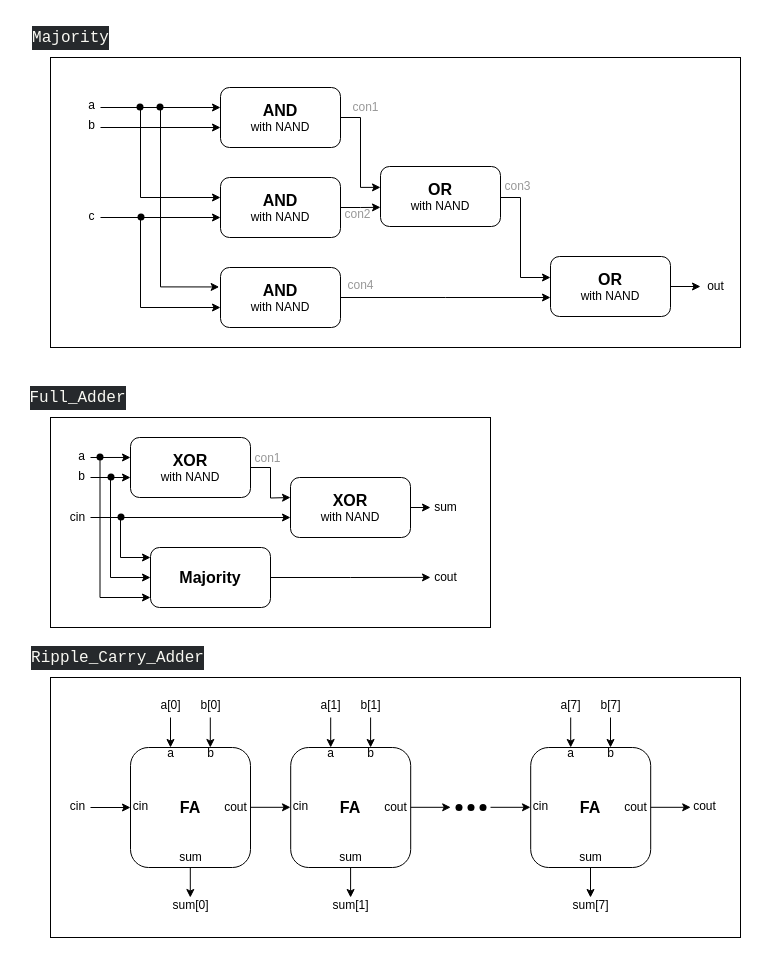
rogerfan48/Course-Soph1-HDL keeps this draw.io diagram as roger/Lab2/Circuit Diagram/a1.drawio. Above is the earlier version. Source tidied: cells renumbered, new cells numbered last; positions are measured from the earlier drawing's top-left corner, leaving out a move shared by most shapes. Both pictures are drawn from the tidied source at 100%, with x=0, y=0 at pixel (17, 17).
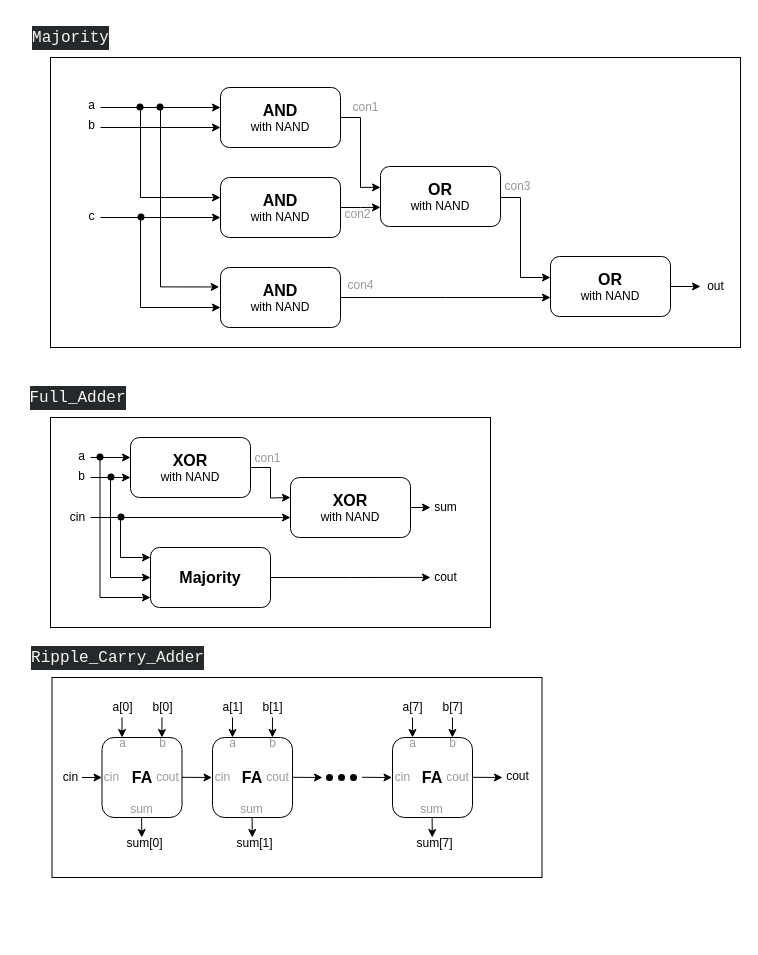
After the change.

The edit, as a diff of the source:
```diff
@@
     <mxCell id="54" value="&lt;span style=&quot;font-size: 16px;&quot;&gt;&lt;b&gt;FA&lt;/b&gt;&lt;/span&gt;" style="rounded=1;whiteSpace=wrap;html=1;" parent="1" vertex="1">
-      <mxGeometry x="113" y="730" width="120" height="120" as="geometry" />
+      <mxGeometry x="84.5" y="720" width="80" height="80" as="geometry" />
     </mxCell>
     <mxCell id="55" style="endArrow=classic;html=1;rounded=0;entryX=0;entryY=0.5;entryDx=0;entryDy=0;" parent="1" edge="1" target="54">
       <mxGeometry relative="1" as="geometry">
-        <mxPoint x="73" y="790" as="sourcePoint" />
+        <mxPoint x="64.5" y="760" as="sourcePoint" />
       </mxGeometry>
     </mxCell>
-    <mxCell id="56" style="endArrow=classic;html=1;rounded=0;entryX=0;entryY=0.5;entryDx=0;entryDy=0;" parent="1" edge="1">
+    <mxCell id="56" style="endArrow=classic;html=1;rounded=0;" parent="1" edge="1">
       <mxGeometry relative="1" as="geometry">
-        <mxPoint x="233" y="789.8" as="sourcePoint" />
-        <mxPoint x="273" y="789.8" as="targetPoint" />
+        <mxPoint x="164.5" y="759.8" as="sourcePoint" />
+        <mxPoint x="194.5" y="760" as="targetPoint" />
       </mxGeometry>
     </mxCell>
     <mxCell id="57" style="endArrow=classic;html=1;rounded=0;" parent="1" edge="1">
       <mxGeometry relative="1" as="geometry">
-        <mxPoint x="153" y="700" as="sourcePoint" />
-        <mxPoint x="153" y="730" as="targetPoint" />
+        <mxPoint x="104.5" y="700" as="sourcePoint" />
+        <mxPoint x="104.5" y="720" as="targetPoint" />
       </mxGeometry>
     </mxCell>
     <mxCell id="58" style="endArrow=classic;html=1;rounded=0;" parent="1" edge="1">
       <mxGeometry relative="1" as="geometry">
-        <mxPoint x="192.8" y="700" as="sourcePoint" />
-        <mxPoint x="192.8" y="730" as="targetPoint" />
+        <mxPoint x="144.5" y="700" as="sourcePoint" />
+        <mxPoint x="144.4" y="720" as="targetPoint" />
       </mxGeometry>
     </mxCell>
     <mxCell id="59" style="endArrow=classic;html=1;rounded=0;" parent="1" edge="1">
       <mxGeometry relative="1" as="geometry">
-        <mxPoint x="172.8" y="850" as="sourcePoint" />
-        <mxPoint x="172.8" y="880" as="targetPoint" />
+        <mxPoint x="124.1" y="800" as="sourcePoint" />
+        <mxPoint x="124.3" y="820" as="targetPoint" />
       </mxGeometry>
     </mxCell>
-    <mxCell id="60" value="sum" style="text;html=1;align=center;verticalAlign=middle;strokeColor=none;fillColor=none;" parent="1" vertex="1">
-      <mxGeometry x="148" y="825" width="50" height="30" as="geometry" />
+    <mxCell id="60" value="sum" style="text;html=1;align=center;verticalAlign=middle;strokeColor=none;fillColor=none;fontColor=#999999;" parent="1" vertex="1">
+      <mxGeometry x="98.5" y="776.5" width="50" height="30" as="geometry" />
     </mxCell>
-    <mxCell id="61" value="cin" style="text;html=1;align=center;verticalAlign=middle;strokeColor=none;fillColor=none;" parent="1" vertex="1">
-      <mxGeometry x="102.5" y="774" width="40" height="30" as="geometry" />
+    <mxCell id="61" value="cin" style="text;html=1;align=center;verticalAlign=middle;strokeColor=none;fillColor=none;fontColor=#999999;" parent="1" vertex="1">
+      <mxGeometry x="74" y="744.5" width="40" height="30" as="geometry" />
     </mxCell>
-    <mxCell id="62" value="cout" style="text;html=1;align=center;verticalAlign=middle;strokeColor=none;fillColor=none;" parent="1" vertex="1">
-      <mxGeometry x="193" y="775" width="50" height="30" as="geometry" />
+    <mxCell id="62" value="cout" style="text;html=1;align=center;verticalAlign=middle;strokeColor=none;fillColor=none;fontColor=#999999;" parent="1" vertex="1">
+      <mxGeometry x="124.5" y="745" width="50" height="30" as="geometry" />
     </mxCell>
-    <mxCell id="63" value="a" style="text;html=1;align=center;verticalAlign=middle;strokeColor=none;fillColor=none;" parent="1" vertex="1">
-      <mxGeometry x="138" y="721" width="30" height="30" as="geometry" />
+    <mxCell id="63" value="a" style="text;html=1;align=center;verticalAlign=middle;strokeColor=none;fillColor=none;fontColor=#999999;" parent="1" vertex="1">
+      <mxGeometry x="89.5" y="711" width="30" height="30" as="geometry" />
     </mxCell>
-    <mxCell id="64" value="b" style="text;html=1;align=center;verticalAlign=middle;strokeColor=none;fillColor=none;" parent="1" vertex="1">
-      <mxGeometry x="178" y="721" width="30" height="30" as="geometry" />
+    <mxCell id="64" value="b" style="text;html=1;align=center;verticalAlign=middle;strokeColor=none;fillColor=none;fontColor=#999999;" parent="1" vertex="1">
+      <mxGeometry x="129.5" y="711" width="30" height="30" as="geometry" />
     </mxCell>
     <mxCell id="65" value="a[0]" style="text;html=1;align=center;verticalAlign=middle;strokeColor=none;fillColor=none;" parent="1" vertex="1">
-      <mxGeometry x="133" y="673" width="40" height="30" as="geometry" />
+      <mxGeometry x="84.5" y="675" width="40" height="30" as="geometry" />
     </mxCell>
     <mxCell id="66" value="b[0]" style="text;html=1;align=center;verticalAlign=middle;strokeColor=none;fillColor=none;" parent="1" vertex="1">
-      <mxGeometry x="173" y="673" width="40" height="30" as="geometry" />
+      <mxGeometry x="124.5" y="675" width="40" height="30" as="geometry" />
     </mxCell>
     <mxCell id="67" value="cin" style="text;html=1;align=center;verticalAlign=middle;strokeColor=none;fillColor=none;" parent="1" vertex="1">
-      <mxGeometry x="40" y="774" width="40" height="30" as="geometry" />
+      <mxGeometry x="33" y="745" width="40" height="30" as="geometry" />
     </mxCell>
     <mxCell id="68" value="sum[0]" style="text;html=1;align=center;verticalAlign=middle;strokeColor=none;fillColor=none;" parent="1" vertex="1">
-      <mxGeometry x="143" y="873" width="60" height="30" as="geometry" />
+      <mxGeometry x="96.5" y="811" width="60" height="30" as="geometry" />
     </mxCell>
-    <mxCell id="69" value="&lt;span style=&quot;font-size: 16px;&quot;&gt;&lt;b&gt;FA&lt;/b&gt;&lt;/span&gt;" style="rounded=1;whiteSpace=wrap;html=1;" parent="1" vertex="1">
-      <mxGeometry x="273.2" y="730" width="120" height="120" as="geometry" />
-    </mxCell>
-    <mxCell id="70" style="endArrow=classic;html=1;rounded=0;entryX=0;entryY=0.5;entryDx=0;entryDy=0;" parent="1" edge="1">
-      <mxGeometry relative="1" as="geometry">
-        <mxPoint x="393.2" y="789.8" as="sourcePoint" />
-        <mxPoint x="433.2" y="789.8" as="targetPoint" />
-      </mxGeometry>
-    </mxCell>
-    <mxCell id="71" style="endArrow=classic;html=1;rounded=0;" parent="1" edge="1">
-      <mxGeometry relative="1" as="geometry">
-        <mxPoint x="313.2" y="700" as="sourcePoint" />
-        <mxPoint x="313.2" y="730" as="targetPoint" />
-      </mxGeometry>
-    </mxCell>
-    <mxCell id="72" style="endArrow=classic;html=1;rounded=0;" parent="1" edge="1">
-      <mxGeometry relative="1" as="geometry">
-        <mxPoint x="353.1" y="700" as="sourcePoint" />
-        <mxPoint x="353.1" y="730" as="targetPoint" />
-      </mxGeometry>
-    </mxCell>
-    <mxCell id="73" style="endArrow=classic;html=1;rounded=0;" parent="1" edge="1">
-      <mxGeometry relative="1" as="geometry">
-        <mxPoint x="333.1" y="850" as="sourcePoint" />
-        <mxPoint x="333.1" y="880" as="targetPoint" />
-      </mxGeometry>
-    </mxCell>
-    <mxCell id="74" value="sum" style="text;html=1;align=center;verticalAlign=middle;strokeColor=none;fillColor=none;" parent="1" vertex="1">
-      <mxGeometry x="308.2" y="825" width="50" height="30" as="geometry" />
-    </mxCell>
-    <mxCell id="75" value="cin" style="text;html=1;align=center;verticalAlign=middle;strokeColor=none;fillColor=none;" parent="1" vertex="1">
-      <mxGeometry x="262.8" y="774" width="40" height="30" as="geometry" />
-    </mxCell>
-    <mxCell id="76" value="cout" style="text;html=1;align=center;verticalAlign=middle;strokeColor=none;fillColor=none;" parent="1" vertex="1">
-      <mxGeometry x="353.2" y="775" width="50" height="30" as="geometry" />
-    </mxCell>
-    <mxCell id="77" value="a" style="text;html=1;align=center;verticalAlign=middle;strokeColor=none;fillColor=none;" parent="1" vertex="1">
-      <mxGeometry x="298.2" y="721" width="30" height="30" as="geometry" />
-    </mxCell>
-    <mxCell id="78" value="b" style="text;html=1;align=center;verticalAlign=middle;strokeColor=none;fillColor=none;" parent="1" vertex="1">
-      <mxGeometry x="338.2" y="721" width="30" height="30" as="geometry" />
-    </mxCell>
+    <mxCell id="82" style="shape=ellipse;fillColor=#000000;strokeColor=none;html=1;sketch=0;fontFamily=Helvetica;fontSize=11;fontColor=default;labelBackgroundColor=default;" parent="1" vertex="1">
+      <mxGeometry x="308.5" y="756.5" width="7" height="7" as="geometry" />
+    </mxCell>
+    <mxCell id="83" style="shape=ellipse;fillColor=#000000;strokeColor=none;html=1;sketch=0;fontFamily=Helvetica;fontSize=11;fontColor=default;labelBackgroundColor=default;" parent="1" vertex="1">
+      <mxGeometry x="320.5" y="756.5" width="7" height="7" as="geometry" />
+    </mxCell>
+    <mxCell id="84" style="shape=ellipse;fillColor=#000000;strokeColor=none;html=1;sketch=0;fontFamily=Helvetica;fontSize=11;fontColor=default;labelBackgroundColor=default;" parent="1" vertex="1">
+      <mxGeometry x="332.5" y="756.5" width="7" height="7" as="geometry" />
+    </mxCell>
+    <mxCell id="101" value="&lt;div style=&quot;color: rgb(248, 248, 242); background-color: rgb(38, 41, 44); font-family: &amp;quot;Fira Code&amp;quot;, Consolas, &amp;quot;Courier New&amp;quot;, monospace, Menlo, Monaco, &amp;quot;Courier New&amp;quot;, monospace; font-size: 16px; line-height: 24px; white-space-collapse: preserve;&quot;&gt;Ripple_Carry_Adder&lt;/div&gt;" style="text;html=1;align=center;verticalAlign=middle;strokeColor=none;fillColor=none;" parent="1" vertex="1">
+      <mxGeometry y="620" width="200" height="40" as="geometry" />
+    </mxCell>
+    <mxCell id="102" value="&lt;span style=&quot;font-size: 16px;&quot;&gt;&lt;b&gt;FA&lt;/b&gt;&lt;/span&gt;" style="rounded=1;whiteSpace=wrap;html=1;" parent="1" vertex="1">
+      <mxGeometry x="195" y="720" width="80" height="80" as="geometry" />
+    </mxCell>
+    <mxCell id="103" style="endArrow=classic;html=1;rounded=0;" parent="1" edge="1">
+      <mxGeometry relative="1" as="geometry">
+        <mxPoint x="275" y="759.8" as="sourcePoint" />
+        <mxPoint x="305" y="760" as="targetPoint" />
+      </mxGeometry>
+    </mxCell>
+    <mxCell id="104" style="endArrow=classic;html=1;rounded=0;" parent="1" edge="1">
+      <mxGeometry relative="1" as="geometry">
+        <mxPoint x="215" y="700" as="sourcePoint" />
+        <mxPoint x="215" y="720" as="targetPoint" />
+      </mxGeometry>
+    </mxCell>
+    <mxCell id="105" style="endArrow=classic;html=1;rounded=0;" parent="1" edge="1">
+      <mxGeometry relative="1" as="geometry">
+        <mxPoint x="255" y="700" as="sourcePoint" />
+        <mxPoint x="254.9" y="720" as="targetPoint" />
+      </mxGeometry>
+    </mxCell>
+    <mxCell id="106" style="endArrow=classic;html=1;rounded=0;" parent="1" edge="1">
+      <mxGeometry relative="1" as="geometry">
+        <mxPoint x="234.6" y="800" as="sourcePoint" />
+        <mxPoint x="234.8" y="820" as="targetPoint" />
+      </mxGeometry>
+    </mxCell>
+    <mxCell id="107" value="sum" style="text;html=1;align=center;verticalAlign=middle;strokeColor=none;fillColor=none;fontColor=#999999;" parent="1" vertex="1">
+      <mxGeometry x="209" y="776.5" width="50" height="30" as="geometry" />
+    </mxCell>
+    <mxCell id="108" value="cin" style="text;html=1;align=center;verticalAlign=middle;strokeColor=none;fillColor=none;fontColor=#999999;" parent="1" vertex="1">
+      <mxGeometry x="184.5" y="744.5" width="40" height="30" as="geometry" />
+    </mxCell>
+    <mxCell id="109" value="cout" style="text;html=1;align=center;verticalAlign=middle;strokeColor=none;fillColor=none;fontColor=#999999;" parent="1" vertex="1">
+      <mxGeometry x="235" y="745" width="50" height="30" as="geometry" />
+    </mxCell>
+    <mxCell id="110" value="a" style="text;html=1;align=center;verticalAlign=middle;strokeColor=none;fillColor=none;fontColor=#999999;" parent="1" vertex="1">
+      <mxGeometry x="200" y="711" width="30" height="30" as="geometry" />
+    </mxCell>
+    <mxCell id="111" value="b" style="text;html=1;align=center;verticalAlign=middle;strokeColor=none;fillColor=none;fontColor=#999999;" parent="1" vertex="1">
+      <mxGeometry x="240" y="711" width="30" height="30" as="geometry" />
+    </mxCell>
     <mxCell id="79" value="a[1]" style="text;html=1;align=center;verticalAlign=middle;strokeColor=none;fillColor=none;" parent="1" vertex="1">
-      <mxGeometry x="293.2" y="673" width="40" height="30" as="geometry" />
+      <mxGeometry x="195" y="675" width="40" height="30" as="geometry" />
     </mxCell>
     <mxCell id="80" value="b[1]" style="text;html=1;align=center;verticalAlign=middle;strokeColor=none;fillColor=none;" parent="1" vertex="1">
-      <mxGeometry x="333.2" y="673" width="40" height="30" as="geometry" />
+      <mxGeometry x="235" y="675" width="40" height="30" as="geometry" />
     </mxCell>
     <mxCell id="81" value="sum[1]" style="text;html=1;align=center;verticalAlign=middle;strokeColor=none;fillColor=none;" parent="1" vertex="1">
-      <mxGeometry x="303.2" y="873" width="60" height="30" as="geometry" />
+      <mxGeometry x="207" y="811" width="60" height="30" as="geometry" />
     </mxCell>
-    <mxCell id="82" style="shape=ellipse;fillColor=#000000;strokeColor=none;html=1;sketch=0;fontFamily=Helvetica;fontSize=11;fontColor=default;labelBackgroundColor=default;" parent="1" vertex="1">
-      <mxGeometry x="438" y="786.5" width="7" height="7" as="geometry" />
-    </mxCell>
-    <mxCell id="83" style="shape=ellipse;fillColor=#000000;strokeColor=none;html=1;sketch=0;fontFamily=Helvetica;fontSize=11;fontColor=default;labelBackgroundColor=default;" parent="1" vertex="1">
-      <mxGeometry x="450" y="786.5" width="7" height="7" as="geometry" />
-    </mxCell>
-    <mxCell id="84" style="shape=ellipse;fillColor=#000000;strokeColor=none;html=1;sketch=0;fontFamily=Helvetica;fontSize=11;fontColor=default;labelBackgroundColor=default;" parent="1" vertex="1">
-      <mxGeometry x="462" y="786.5" width="7" height="7" as="geometry" />
-    </mxCell>
-    <mxCell id="85" style="endArrow=classic;html=1;rounded=0;entryX=0;entryY=0.5;entryDx=0;entryDy=0;" parent="1" edge="1">
-      <mxGeometry relative="1" as="geometry">
-        <mxPoint x="473" y="789.8" as="sourcePoint" />
-        <mxPoint x="513" y="789.8" as="targetPoint" />
-      </mxGeometry>
-    </mxCell>
-    <mxCell id="86" value="&lt;span style=&quot;font-size: 16px;&quot;&gt;&lt;b&gt;FA&lt;/b&gt;&lt;/span&gt;" style="rounded=1;whiteSpace=wrap;html=1;" parent="1" vertex="1">
-      <mxGeometry x="513.2" y="730" width="120" height="120" as="geometry" />
-    </mxCell>
-    <mxCell id="87" style="endArrow=classic;html=1;rounded=0;entryX=0;entryY=0.5;entryDx=0;entryDy=0;" parent="1" edge="1">
-      <mxGeometry relative="1" as="geometry">
-        <mxPoint x="633.2" y="789.8" as="sourcePoint" />
-        <mxPoint x="673.2" y="789.8" as="targetPoint" />
-      </mxGeometry>
-    </mxCell>
-    <mxCell id="88" style="endArrow=classic;html=1;rounded=0;" parent="1" edge="1">
-      <mxGeometry relative="1" as="geometry">
-        <mxPoint x="553.2" y="700" as="sourcePoint" />
-        <mxPoint x="553.2" y="730" as="targetPoint" />
-      </mxGeometry>
-    </mxCell>
-    <mxCell id="89" style="endArrow=classic;html=1;rounded=0;" parent="1" edge="1">
-      <mxGeometry relative="1" as="geometry">
-        <mxPoint x="593" y="700" as="sourcePoint" />
-        <mxPoint x="593" y="730" as="targetPoint" />
-      </mxGeometry>
-    </mxCell>
-    <mxCell id="90" style="endArrow=classic;html=1;rounded=0;" parent="1" edge="1">
-      <mxGeometry relative="1" as="geometry">
-        <mxPoint x="573" y="850" as="sourcePoint" />
-        <mxPoint x="573" y="880" as="targetPoint" />
-      </mxGeometry>
-    </mxCell>
-    <mxCell id="91" value="sum" style="text;html=1;align=center;verticalAlign=middle;strokeColor=none;fillColor=none;" parent="1" vertex="1">
-      <mxGeometry x="548.2" y="825" width="50" height="30" as="geometry" />
-    </mxCell>
-    <mxCell id="92" value="cin" style="text;html=1;align=center;verticalAlign=middle;strokeColor=none;fillColor=none;" parent="1" vertex="1">
-      <mxGeometry x="502.8" y="774" width="40" height="30" as="geometry" />
-    </mxCell>
-    <mxCell id="93" value="cout" style="text;html=1;align=center;verticalAlign=middle;strokeColor=none;fillColor=none;" parent="1" vertex="1">
-      <mxGeometry x="593.2" y="775" width="50" height="30" as="geometry" />
-    </mxCell>
-    <mxCell id="94" value="a" style="text;html=1;align=center;verticalAlign=middle;strokeColor=none;fillColor=none;" parent="1" vertex="1">
-      <mxGeometry x="538.2" y="721" width="30" height="30" as="geometry" />
-    </mxCell>
-    <mxCell id="95" value="b" style="text;html=1;align=center;verticalAlign=middle;strokeColor=none;fillColor=none;" parent="1" vertex="1">
-      <mxGeometry x="578.2" y="721" width="30" height="30" as="geometry" />
-    </mxCell>
+    <mxCell id="112" style="endArrow=classic;html=1;rounded=0;" parent="1" edge="1">
+      <mxGeometry relative="1" as="geometry">
+        <mxPoint x="344.5" y="759.8" as="sourcePoint" />
+        <mxPoint x="374.5" y="760" as="targetPoint" />
+      </mxGeometry>
+    </mxCell>
+    <mxCell id="113" value="&lt;span style=&quot;font-size: 16px;&quot;&gt;&lt;b&gt;FA&lt;/b&gt;&lt;/span&gt;" style="rounded=1;whiteSpace=wrap;html=1;" parent="1" vertex="1">
+      <mxGeometry x="375" y="720" width="80" height="80" as="geometry" />
+    </mxCell>
+    <mxCell id="114" style="endArrow=classic;html=1;rounded=0;" parent="1" edge="1">
+      <mxGeometry relative="1" as="geometry">
+        <mxPoint x="455" y="759.8" as="sourcePoint" />
+        <mxPoint x="485" y="760" as="targetPoint" />
+      </mxGeometry>
+    </mxCell>
+    <mxCell id="115" style="endArrow=classic;html=1;rounded=0;" parent="1" edge="1">
+      <mxGeometry relative="1" as="geometry">
+        <mxPoint x="395" y="700" as="sourcePoint" />
+        <mxPoint x="395" y="720" as="targetPoint" />
+      </mxGeometry>
+    </mxCell>
+    <mxCell id="116" style="endArrow=classic;html=1;rounded=0;" parent="1" edge="1">
+      <mxGeometry relative="1" as="geometry">
+        <mxPoint x="435" y="700" as="sourcePoint" />
+        <mxPoint x="434.9" y="720" as="targetPoint" />
+      </mxGeometry>
+    </mxCell>
+    <mxCell id="117" style="endArrow=classic;html=1;rounded=0;" parent="1" edge="1">
+      <mxGeometry relative="1" as="geometry">
+        <mxPoint x="414.6" y="800" as="sourcePoint" />
+        <mxPoint x="414.8" y="820" as="targetPoint" />
+      </mxGeometry>
+    </mxCell>
+    <mxCell id="118" value="sum" style="text;html=1;align=center;verticalAlign=middle;strokeColor=none;fillColor=none;fontColor=#999999;" parent="1" vertex="1">
+      <mxGeometry x="389" y="776.5" width="50" height="30" as="geometry" />
+    </mxCell>
+    <mxCell id="119" value="cin" style="text;html=1;align=center;verticalAlign=middle;strokeColor=none;fillColor=none;fontColor=#999999;" parent="1" vertex="1">
+      <mxGeometry x="364.5" y="744.5" width="40" height="30" as="geometry" />
+    </mxCell>
+    <mxCell id="120" value="cout" style="text;html=1;align=center;verticalAlign=middle;strokeColor=none;fillColor=none;fontColor=#999999;" parent="1" vertex="1">
+      <mxGeometry x="415" y="745" width="50" height="30" as="geometry" />
+    </mxCell>
+    <mxCell id="121" value="a" style="text;html=1;align=center;verticalAlign=middle;strokeColor=none;fillColor=none;fontColor=#999999;" parent="1" vertex="1">
+      <mxGeometry x="380" y="711" width="30" height="30" as="geometry" />
+    </mxCell>
+    <mxCell id="122" value="b" style="text;html=1;align=center;verticalAlign=middle;strokeColor=none;fillColor=none;fontColor=#999999;" parent="1" vertex="1">
+      <mxGeometry x="420" y="711" width="30" height="30" as="geometry" />
+    </mxCell>
     <mxCell id="96" value="a[7]" style="text;html=1;align=center;verticalAlign=middle;strokeColor=none;fillColor=none;" parent="1" vertex="1">
-      <mxGeometry x="533.2" y="673" width="40" height="30" as="geometry" />
+      <mxGeometry x="375" y="675" width="40" height="30" as="geometry" />
     </mxCell>
     <mxCell id="97" value="b[7]" style="text;html=1;align=center;verticalAlign=middle;strokeColor=none;fillColor=none;" parent="1" vertex="1">
-      <mxGeometry x="573.2" y="673" width="40" height="30" as="geometry" />
+      <mxGeometry x="415" y="675" width="40" height="30" as="geometry" />
     </mxCell>
     <mxCell id="98" value="sum[7]" style="text;html=1;align=center;verticalAlign=middle;strokeColor=none;fillColor=none;" parent="1" vertex="1">
-      <mxGeometry x="543.2" y="873" width="60" height="30" as="geometry" />
+      <mxGeometry x="387" y="811" width="60" height="30" as="geometry" />
     </mxCell>
-    <mxCell id="99" value="cout" style="text;html=1;align=center;verticalAlign=middle;strokeColor=none;fillColor=none;" parent="1" vertex="1">
-      <mxGeometry x="662" y="774" width="50" height="30" as="geometry" />
-    </mxCell>
-    <mxCell id="100" style="rounded=0;whiteSpace=wrap;html=1;fontFamily=Helvetica;fontSize=11;fontColor=default;labelBackgroundColor=default;fillColor=none;" parent="1" vertex="1">
-      <mxGeometry x="33" y="660" width="690" height="260" as="geometry" />
-    </mxCell>
-    <mxCell id="101" value="&lt;div style=&quot;color: rgb(248, 248, 242); background-color: rgb(38, 41, 44); font-family: &amp;quot;Fira Code&amp;quot;, Consolas, &amp;quot;Courier New&amp;quot;, monospace, Menlo, Monaco, &amp;quot;Courier New&amp;quot;, monospace; font-size: 16px; line-height: 24px; white-space-collapse: preserve;&quot;&gt;Ripple_Carry_Adder&lt;/div&gt;" style="text;html=1;align=center;verticalAlign=middle;strokeColor=none;fillColor=none;" parent="1" vertex="1">
-      <mxGeometry y="620" width="200" height="40" as="geometry" />
-    </mxCell>
+    <mxCell id="123" value="cout" style="text;html=1;align=center;verticalAlign=middle;strokeColor=none;fillColor=none;" parent="1" vertex="1">
+      <mxGeometry x="474.5" y="743.5" width="50" height="30" as="geometry" />
+    </mxCell>
+    <mxCell id="124" style="rounded=0;whiteSpace=wrap;html=1;fontFamily=Helvetica;fontSize=11;fontColor=default;labelBackgroundColor=default;fillColor=none;" parent="1" vertex="1">
+      <mxGeometry x="34.5" y="660" width="490" height="200" as="geometry" />
+    </mxCell>
```
